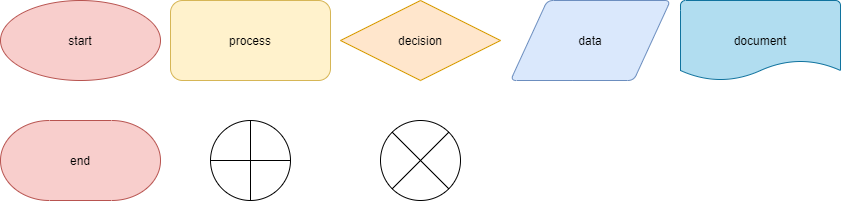
The draw.io diagram explore/diagramming/diagram.drawio.png in StevenSchaeffer/fa21-cse110-lab4, before a commit. Source tidied: cells renumbered, new cells last; positions are measured from the earlier drawing's top-left corner, leaving out a move shared by most shapes.
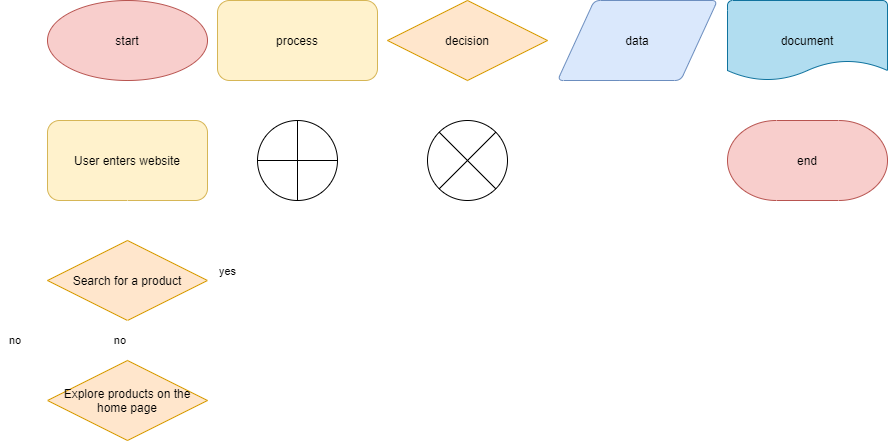
After the change.

What changed in the source:
```diff
@@ -2,7 +2,7 @@
   <root>
     <mxCell id="0" />
     <mxCell id="1" parent="0" />
-    <mxCell id="2" style="edgeStyle=orthogonalEdgeStyle;rounded=0;jettySize=auto;html=1;exitX=0.5;exitY=1;exitDx=0;exitDy=0;entryX=0.5;entryY=0;entryDx=0;entryDy=0;entryPerimeter=0;strokeColor=#FFFFFF;" parent="1" edge="1" source="3" target="8">
+    <mxCell id="2" style="edgeStyle=orthogonalEdgeStyle;rounded=0;jettySize=auto;html=1;exitX=0.5;exitY=1;exitDx=0;exitDy=0;strokeColor=#FFFFFF;entryX=0.5;entryY=0;entryDx=0;entryDy=0;" parent="1" edge="1" source="3" target="15">
       <mxGeometry relative="1" as="geometry" />
     </mxCell>
     <mxCell id="3" value="&lt;font color=&quot;#000000&quot;&gt;start&lt;/font&gt;" style="ellipse;whiteSpace=wrap;html=1;fillColor=#f8cecc;strokeColor=#b85450;" parent="1" vertex="1">
@@ -21,7 +21,7 @@
       <mxGeometry x="680" width="160" height="80" as="geometry" />
     </mxCell>
     <mxCell id="8" value="&lt;font color=&quot;#000000&quot;&gt;end&lt;/font&gt;" style="strokeWidth=1;html=1;shape=mxgraph.flowchart.terminator;whiteSpace=wrap;fillColor=#f8cecc;strokeColor=#b85450;" parent="1" vertex="1">
-      <mxGeometry y="120" width="160" height="80" as="geometry" />
+      <mxGeometry x="680" y="120" width="160" height="80" as="geometry" />
     </mxCell>
     <mxCell id="9" style="verticalLabelPosition=bottom;verticalAlign=top;html=1;shape=mxgraph.flowchart.summing_function;strokeWidth=1;" parent="1" vertex="1">
       <mxGeometry x="210" y="120" width="80" height="80" as="geometry" />
@@ -31,34 +31,74 @@
     </mxCell>
     <mxCell id="11" style="edgeStyle=orthogonalEdgeStyle;rounded=0;orthogonalLoop=1;jettySize=auto;html=1;exitX=0.5;exitY=1;exitDx=0;exitDy=0;entryX=0.5;entryY=0;entryDx=0;entryDy=0;entryPerimeter=0;strokeColor=#FFFFFF;" parent="1" edge="1">
       <mxGeometry relative="1" as="geometry">
-        <mxPoint x="560" y="140" as="sourcePoint" />
-        <mxPoint x="560" y="180" as="targetPoint" />
+        <mxPoint x="550" y="140" as="sourcePoint" />
+        <mxPoint x="550" y="180" as="targetPoint" />
       </mxGeometry>
     </mxCell>
     <mxCell id="12" style="edgeStyle=orthogonalEdgeStyle;rounded=0;orthogonalLoop=1;jettySize=auto;html=1;strokeColor=#FFFFFF;" parent="1" edge="1">
       <mxGeometry relative="1" as="geometry">
-        <mxPoint x="580" y="180" as="sourcePoint" />
-        <mxPoint x="580" y="140" as="targetPoint" />
+        <mxPoint x="570" y="180" as="sourcePoint" />
+        <mxPoint x="570" y="140" as="targetPoint" />
       </mxGeometry>
     </mxCell>
     <mxCell id="13" style="edgeStyle=orthogonalEdgeStyle;rounded=0;orthogonalLoop=1;jettySize=auto;html=1;strokeColor=#FFFFFF;" parent="1" edge="1">
       <mxGeometry relative="1" as="geometry">
-        <mxPoint x="600" y="150" as="sourcePoint" />
-        <mxPoint x="640" y="150" as="targetPoint" />
+        <mxPoint x="590" y="150" as="sourcePoint" />
+        <mxPoint x="630" y="150" as="targetPoint" />
         <Array as="points">
-          <mxPoint x="610" y="150.2" />
-          <mxPoint x="610" y="150.2" />
+          <mxPoint x="600" y="150.2" />
+          <mxPoint x="600" y="150.2" />
         </Array>
       </mxGeometry>
     </mxCell>
     <mxCell id="14" style="edgeStyle=orthogonalEdgeStyle;rounded=0;orthogonalLoop=1;jettySize=auto;html=1;strokeColor=#FFFFFF;" parent="1" edge="1">
       <mxGeometry relative="1" as="geometry">
-        <mxPoint x="640" y="170" as="sourcePoint" />
-        <mxPoint x="600" y="170" as="targetPoint" />
+        <mxPoint x="630" y="170" as="sourcePoint" />
+        <mxPoint x="590" y="170" as="targetPoint" />
         <Array as="points">
-          <mxPoint x="640" y="170" />
+          <mxPoint x="630" y="170" />
         </Array>
       </mxGeometry>
     </mxCell>
+    <mxCell id="15" value="&lt;font color=&quot;#000000&quot;&gt;User enters website&lt;/font&gt;" style="rounded=1;whiteSpace=wrap;html=1;fillColor=#fff2cc;strokeColor=#d6b656;direction=east;" parent="1" vertex="1">
+      <mxGeometry y="120" width="160" height="80" as="geometry" />
+    </mxCell>
+    <mxCell id="16" value="&lt;font color=&quot;#000000&quot;&gt;Search for a product&lt;/font&gt;" style="rhombus;whiteSpace=wrap;html=1;fillColor=#ffe6cc;strokeColor=#d79b00;" parent="1" vertex="1">
+      <mxGeometry y="240" width="160" height="80" as="geometry" />
+    </mxCell>
+    <mxCell id="17" style="edgeStyle=orthogonalEdgeStyle;rounded=0;jettySize=auto;html=1;strokeColor=#FFFFFF;entryX=0.5;entryY=0;entryDx=0;entryDy=0;exitX=0.5;exitY=1;exitDx=0;exitDy=0;" parent="1" edge="1" source="15" target="16">
+      <mxGeometry relative="1" as="geometry" />
+    </mxCell>
+    <mxCell id="18" value="yes" style="edgeStyle=orthogonalEdgeStyle;rounded=0;jettySize=auto;html=1;strokeColor=#FFFFFF;exitX=1;exitY=0.5;exitDx=0;exitDy=0;align=center;verticalAlign=bottom;" parent="1" edge="1" source="16">
+      <mxGeometry relative="1" as="geometry">
+        <mxPoint x="200" y="280" as="targetPoint" />
+        <Array as="points">
+          <mxPoint x="180" y="280" />
+        </Array>
+      </mxGeometry>
+    </mxCell>
+    <mxCell id="19" value="no" style="edgeStyle=orthogonalEdgeStyle;rounded=0;jettySize=auto;html=1;exitX=0.5;exitY=1;exitDx=0;exitDy=0;strokeColor=#FFFFFF;align=right;entryX=0.5;entryY=0;entryDx=0;entryDy=0;" parent="1" edge="1" source="16" target="21">
+      <mxGeometry relative="1" as="geometry" />
+    </mxCell>
+    <mxCell id="20" style="edgeStyle=orthogonalEdgeStyle;rounded=0;jettySize=auto;html=1;exitX=1;exitY=0.5;exitDx=0;exitDy=0;strokeColor=#FFFFFF;align=center;verticalAlign=bottom;" parent="1" edge="1" source="21">
+      <mxGeometry relative="1" as="geometry">
+        <mxPoint x="200" y="280" as="targetPoint" />
+        <Array as="points">
+          <mxPoint x="180" y="400" />
+          <mxPoint x="180" y="280" />
+        </Array>
+      </mxGeometry>
+    </mxCell>
+    <mxCell id="21" value="&lt;font color=&quot;#000000&quot;&gt;Explore products on the home page&lt;/font&gt;" style="rhombus;whiteSpace=wrap;html=1;fillColor=#ffe6cc;strokeColor=#d79b00;" parent="1" vertex="1">
+      <mxGeometry y="360" width="160" height="80" as="geometry" />
+    </mxCell>
+    <mxCell id="22" value="no" style="edgeStyle=orthogonalEdgeStyle;rounded=0;jettySize=auto;html=1;strokeColor=#FFFFFF;align=left;exitX=0;exitY=0.5;exitDx=0;exitDy=0;entryX=0;entryY=0.5;entryDx=0;entryDy=0;" parent="1" edge="1" source="21" target="16">
+      <mxGeometry relative="1" as="geometry">
+        <Array as="points">
+          <mxPoint x="-40" y="400" />
+          <mxPoint x="-40" y="280" />
+        </Array>
+      </mxGeometry>
+    </mxCell>
   </root>
 </mxGraphModel>
```
